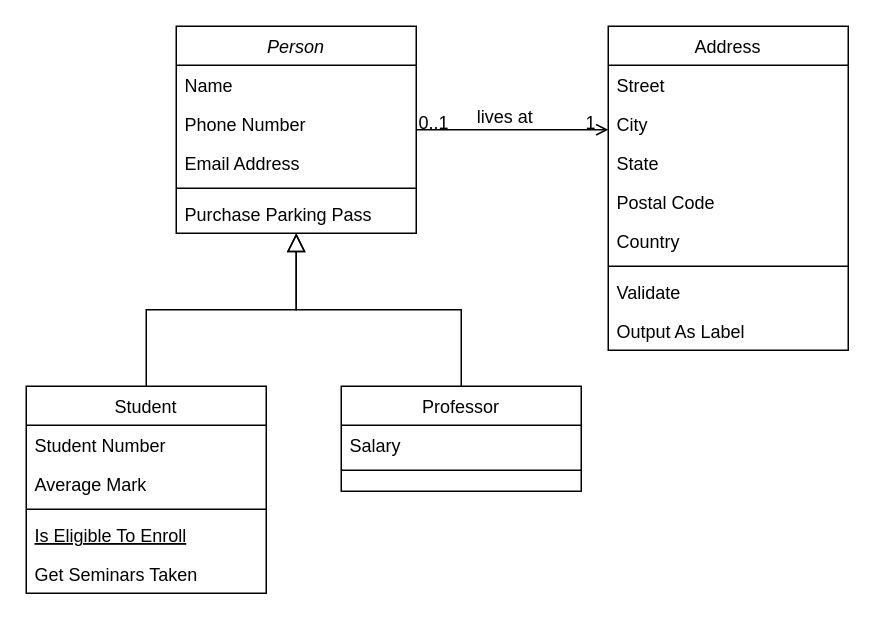
kunha100/sql keeps this draw.io diagram as 02_activities/assignments/images/Untitled Diagram.drawio. Above is the earlier version. Source tidied: cells renumbered, new cells numbered last; positions are measured from the earlier drawing's top-left corner, leaving out a move shared by most shapes. Both pictures are drawn from the tidied source at 150%, with x=0, y=0 at pixel (26, 26).
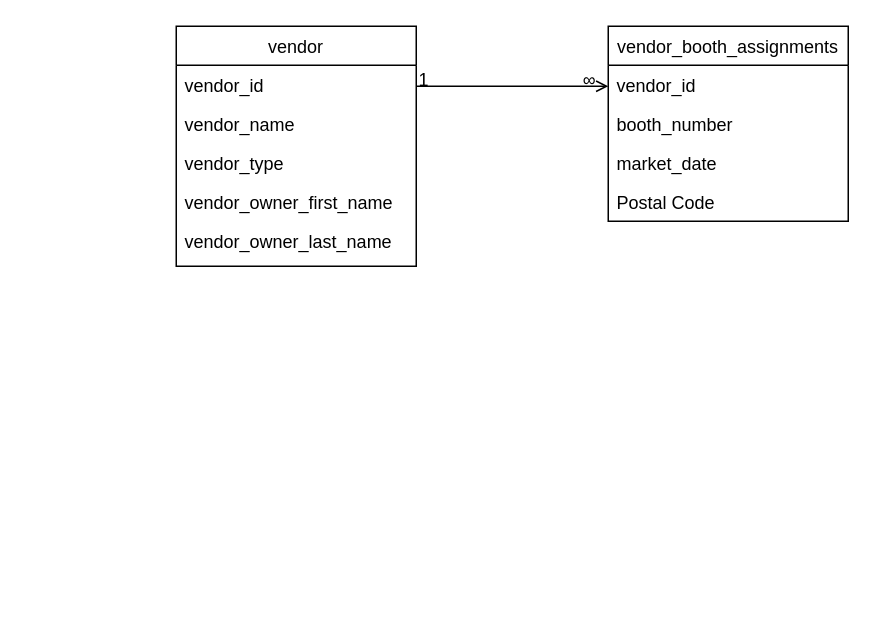
The same diagram, later.

The edit, as a diff of the source:
```diff
@@
-    <mxCell id="2" value="Person" style="swimlane;fontStyle=2;align=center;verticalAlign=top;horizontal=1;startSize=26;rounded=0;shadow=0;strokeWidth=1;" parent="1" vertex="1">
-      <mxGeometry x="100" width="160" height="138" as="geometry" />
+    <mxCell id="2" value="vendor" style="swimlane;fontStyle=0;align=center;verticalAlign=top;horizontal=1;startSize=26;rounded=0;shadow=0;strokeWidth=1;" parent="1" vertex="1">
+      <mxGeometry x="100" width="160" height="160" as="geometry" />
     </mxCell>
-    <mxCell id="3" value="Name" style="text;align=left;verticalAlign=top;spacingLeft=4;spacingRight=4;overflow=hidden;" parent="2" vertex="1">
+    <mxCell id="3" value="vendor_id" style="text;align=left;verticalAlign=top;spacingLeft=4;spacingRight=4;overflow=hidden;" parent="2" vertex="1">
       <mxGeometry y="26" width="160" height="26" as="geometry" />
     </mxCell>
-    <mxCell id="4" value="Phone Number" style="text;align=left;verticalAlign=top;spacingLeft=4;spacingRight=4;overflow=hidden;rounded=0;shadow=0;html=0;" parent="2" vertex="1">
+    <mxCell id="4" value="vendor_name" style="text;align=left;verticalAlign=top;spacingLeft=4;spacingRight=4;overflow=hidden;rounded=0;shadow=0;html=0;" parent="2" vertex="1">
       <mxGeometry y="52" width="160" height="26" as="geometry" />
     </mxCell>
-    <mxCell id="5" value="Email Address" style="text;align=left;verticalAlign=top;spacingLeft=4;spacingRight=4;overflow=hidden;rounded=0;shadow=0;html=0;" parent="2" vertex="1">
+    <mxCell id="5" value="vendor_type" style="text;align=left;verticalAlign=top;spacingLeft=4;spacingRight=4;overflow=hidden;rounded=0;shadow=0;html=0;" parent="2" vertex="1">
       <mxGeometry y="78" width="160" height="26" as="geometry" />
     </mxCell>
-    <mxCell id="6" style="line;html=1;strokeWidth=1;align=left;verticalAlign=middle;spacingTop=-1;spacingLeft=3;spacingRight=3;labelPosition=right;" parent="2" vertex="1">
-      <mxGeometry y="104" width="160" height="8" as="geometry" />
-    </mxCell>
-    <mxCell id="7" value="Purchase Parking Pass" style="text;align=left;verticalAlign=top;spacingLeft=4;spacingRight=4;overflow=hidden;" parent="2" vertex="1">
-      <mxGeometry y="112" width="160" height="26" as="geometry" />
+    <mxCell id="7" value="vendor_owner_first_name" style="text;align=left;verticalAlign=top;spacingLeft=4;spacingRight=4;overflow=hidden;" parent="2" vertex="1">
+      <mxGeometry y="104" width="160" height="26" as="geometry" />
     </mxCell>
-    <mxCell id="8" value="Student" style="swimlane;fontStyle=0;align=center;verticalAlign=top;horizontal=1;startSize=26;rounded=0;shadow=0;strokeWidth=1;" parent="1" vertex="1">
-      <mxGeometry y="240" width="160" height="138" as="geometry" />
-    </mxCell>
-    <mxCell id="9" value="Student Number" style="text;align=left;verticalAlign=top;spacingLeft=4;spacingRight=4;overflow=hidden;" parent="8" vertex="1">
-      <mxGeometry y="26" width="160" height="26" as="geometry" />
-    </mxCell>
-    <mxCell id="10" value="Average Mark" style="text;align=left;verticalAlign=top;spacingLeft=4;spacingRight=4;overflow=hidden;rounded=0;shadow=0;html=0;" parent="8" vertex="1">
-      <mxGeometry y="52" width="160" height="26" as="geometry" />
-    </mxCell>
-    <mxCell id="11" style="line;html=1;strokeWidth=1;align=left;verticalAlign=middle;spacingTop=-1;spacingLeft=3;spacingRight=3;labelPosition=right;" parent="8" vertex="1">
-      <mxGeometry y="78" width="160" height="8" as="geometry" />
-    </mxCell>
-    <mxCell id="12" value="Is Eligible To Enroll" style="text;align=left;verticalAlign=top;spacingLeft=4;spacingRight=4;overflow=hidden;fontStyle=4;" parent="8" vertex="1">
-      <mxGeometry y="86" width="160" height="26" as="geometry" />
-    </mxCell>
-    <mxCell id="13" value="Get Seminars Taken" style="text;align=left;verticalAlign=top;spacingLeft=4;spacingRight=4;overflow=hidden;" parent="8" vertex="1">
-      <mxGeometry y="112" width="160" height="26" as="geometry" />
-    </mxCell>
-    <mxCell id="14" style="endArrow=block;endSize=10;endFill=0;shadow=0;strokeWidth=1;rounded=0;curved=0;edgeStyle=elbowEdgeStyle;elbow=vertical;" parent="1" edge="1" source="8" target="2">
-      <mxGeometry relative="1" as="geometry" />
-    </mxCell>
-    <mxCell id="15" value="Professor" style="swimlane;fontStyle=0;align=center;verticalAlign=top;horizontal=1;startSize=26;rounded=0;shadow=0;strokeWidth=1;" parent="1" vertex="1">
-      <mxGeometry x="210" y="240" width="160" height="70" as="geometry" />
-    </mxCell>
-    <mxCell id="16" value="Salary" style="text;align=left;verticalAlign=top;spacingLeft=4;spacingRight=4;overflow=hidden;" parent="15" vertex="1">
-      <mxGeometry y="26" width="160" height="26" as="geometry" />
-    </mxCell>
-    <mxCell id="17" style="line;html=1;strokeWidth=1;align=left;verticalAlign=middle;spacingTop=-1;spacingLeft=3;spacingRight=3;labelPosition=right;" parent="15" vertex="1">
-      <mxGeometry y="52" width="160" height="8" as="geometry" />
-    </mxCell>
-    <mxCell id="18" style="endArrow=block;endSize=10;endFill=0;shadow=0;strokeWidth=1;rounded=0;curved=0;edgeStyle=elbowEdgeStyle;elbow=vertical;" parent="1" edge="1" source="15" target="2">
-      <mxGeometry relative="1" as="geometry" />
-    </mxCell>
+    <mxCell id="32" value="vendor_owner_last_name" style="text;align=left;verticalAlign=top;spacingLeft=4;spacingRight=4;overflow=hidden;" parent="2" vertex="1">
+      <mxGeometry y="130" width="160" height="26" as="geometry" />
+    </mxCell>
-    <mxCell id="19" value="Address" style="swimlane;fontStyle=0;align=center;verticalAlign=top;horizontal=1;startSize=26;rounded=0;shadow=0;strokeWidth=1;" parent="1" vertex="1">
-      <mxGeometry x="388" width="160" height="216" as="geometry" />
+    <mxCell id="19" value="vendor_booth_assignments" style="swimlane;fontStyle=0;align=center;verticalAlign=top;horizontal=1;startSize=26;rounded=0;shadow=0;strokeWidth=1;" parent="1" vertex="1">
+      <mxGeometry x="388" width="160" height="130" as="geometry" />
     </mxCell>
-    <mxCell id="20" value="Street" style="text;align=left;verticalAlign=top;spacingLeft=4;spacingRight=4;overflow=hidden;" parent="19" vertex="1">
+    <mxCell id="20" value="vendor_id" style="text;align=left;verticalAlign=top;spacingLeft=4;spacingRight=4;overflow=hidden;" parent="19" vertex="1">
       <mxGeometry y="26" width="160" height="26" as="geometry" />
     </mxCell>
-    <mxCell id="21" value="City" style="text;align=left;verticalAlign=top;spacingLeft=4;spacingRight=4;overflow=hidden;rounded=0;shadow=0;html=0;" parent="19" vertex="1">
+    <mxCell id="21" value="booth_number" style="text;align=left;verticalAlign=top;spacingLeft=4;spacingRight=4;overflow=hidden;rounded=0;shadow=0;html=0;" parent="19" vertex="1">
       <mxGeometry y="52" width="160" height="26" as="geometry" />
     </mxCell>
-    <mxCell id="22" value="State" style="text;align=left;verticalAlign=top;spacingLeft=4;spacingRight=4;overflow=hidden;rounded=0;shadow=0;html=0;" parent="19" vertex="1">
+    <mxCell id="22" value="market_date" style="text;align=left;verticalAlign=top;spacingLeft=4;spacingRight=4;overflow=hidden;rounded=0;shadow=0;html=0;" parent="19" vertex="1">
       <mxGeometry y="78" width="160" height="26" as="geometry" />
     </mxCell>
@@
-    <mxCell id="24" value="Country" style="text;align=left;verticalAlign=top;spacingLeft=4;spacingRight=4;overflow=hidden;rounded=0;shadow=0;html=0;" parent="19" vertex="1">
-      <mxGeometry y="130" width="160" height="26" as="geometry" />
-    </mxCell>
-    <mxCell id="25" style="line;html=1;strokeWidth=1;align=left;verticalAlign=middle;spacingTop=-1;spacingLeft=3;spacingRight=3;labelPosition=right;" parent="19" vertex="1">
-      <mxGeometry y="156" width="160" height="8" as="geometry" />
-    </mxCell>
-    <mxCell id="26" value="Validate" style="text;align=left;verticalAlign=top;spacingLeft=4;spacingRight=4;overflow=hidden;" parent="19" vertex="1">
-      <mxGeometry y="164" width="160" height="26" as="geometry" />
-    </mxCell>
-    <mxCell id="27" value="Output As Label" style="text;align=left;verticalAlign=top;spacingLeft=4;spacingRight=4;overflow=hidden;" parent="19" vertex="1">
-      <mxGeometry y="190" width="160" height="26" as="geometry" />
-    </mxCell>
     <mxCell id="28" style="endArrow=open;shadow=0;strokeWidth=1;rounded=0;curved=0;endFill=1;edgeStyle=elbowEdgeStyle;elbow=vertical;" parent="1" edge="1" source="2" target="19">
       <mxGeometry x="0.5" y="41" relative="1" as="geometry">
+        <Array as="points">
+          <mxPoint x="320" y="40" />
+        </Array>
         <mxPoint x="-40" y="32" as="offset" />
       </mxGeometry>
     </mxCell>
-    <mxCell id="29" value="0..1" style="align=left;verticalAlign=bottom;labelBackgroundColor=none;fontSize=12;" parent="28" vertex="1">
+    <mxCell id="29" value="1" style="align=left;verticalAlign=bottom;labelBackgroundColor=none;fontSize=12;" parent="28" vertex="1">
       <mxGeometry x="-1" relative="1" as="geometry">
         <mxPoint y="4" as="offset" />
       </mxGeometry>
     </mxCell>
-    <mxCell id="30" value="1" style="align=right;verticalAlign=bottom;labelBackgroundColor=none;fontSize=12;" parent="28" vertex="1">
+    <mxCell id="30" value="∞" style="align=right;verticalAlign=bottom;labelBackgroundColor=none;fontSize=12;" parent="28" vertex="1">
       <mxGeometry x="1" relative="1" as="geometry">
         <mxPoint x="-7" y="4" as="offset" />
       </mxGeometry>
     </mxCell>
-    <mxCell id="31" value="lives at" style="text;html=1;align=center;verticalAlign=middle;labelBackgroundColor=none;rounded=0;shadow=0;strokeWidth=1;fontSize=12;" parent="28" vertex="1">
-      <mxGeometry x="0.5" y="49" relative="1" as="geometry">
-        <mxPoint x="-38" y="40" as="offset" />
-      </mxGeometry>
-    </mxCell>
```
